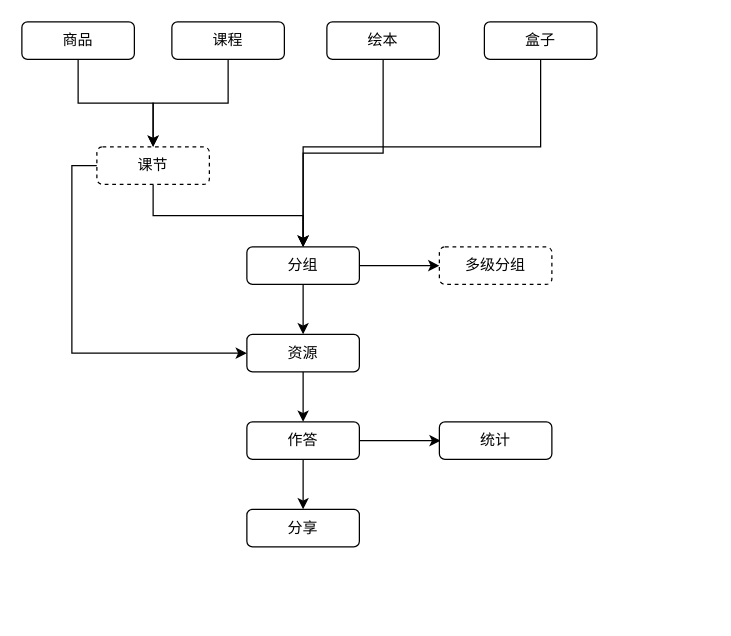
Earlier version of the draw.io diagram 未命名绘图.drawio (little-bee-zz/draw). Source tidied: cells renumbered, new cells numbered last; positions are measured from the earlier drawing's top-left corner, leaving out a move shared by most shapes. Both pictures are drawn from the tidied source at 125%, with x=0, y=0 at pixel (21, 21).
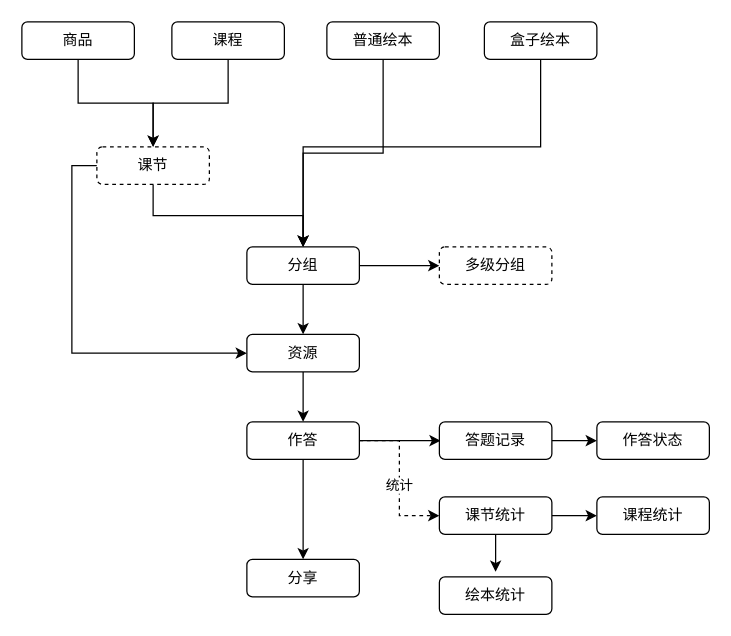
Above is the later version.

Commit message:
更新未命名绘图.drawio

The change refers to these unchanged cells:
```xml
<mxCell id="20" value="作答" style="rounded=1;whiteSpace=wrap;html=1;" parent="1" vertex="1">
  <mxGeometry x="180" y="320" width="90" height="30" as="geometry" />
</mxCell>
```

Change to the diagram source:
```diff
@@
-    <mxCell id="7" value="绘本" style="rounded=1;whiteSpace=wrap;html=1;" parent="1" vertex="1">
+    <mxCell id="7" value="普通绘本" style="rounded=1;whiteSpace=wrap;html=1;strokeColor=light-dark(#000000,#9999FF);" parent="1" vertex="1">
       <mxGeometry x="244" width="90" height="30" as="geometry" />
     </mxCell>
@@
-    <mxCell id="9" value="盒子" style="rounded=1;whiteSpace=wrap;html=1;" parent="1" vertex="1">
+    <mxCell id="9" value="盒子绘本" style="rounded=1;whiteSpace=wrap;html=1;strokeColor=light-dark(#000000,#9999FF);" parent="1" vertex="1">
       <mxGeometry x="370" width="90" height="30" as="geometry" />
     </mxCell>
@@
-    <mxCell id="12" value="课节" style="rounded=1;whiteSpace=wrap;html=1;dashed=1;" parent="1" vertex="1">
+    <mxCell id="12" value="课节" style="rounded=1;whiteSpace=wrap;html=1;dashed=1;strokeColor=light-dark(#000000,#66CC00);" parent="1" vertex="1">
       <mxGeometry x="60" y="100" width="90" height="30" as="geometry" />
     </mxCell>
@@
+    <mxCell id="24" style="edgeStyle=orthogonalEdgeStyle;rounded=0;jettySize=auto;html=1;entryX=0;entryY=0.5;entryDx=0;entryDy=0;dashed=1;" parent="1" edge="1" source="20" target="30">
+      <mxGeometry relative="1" as="geometry" />
+    </mxCell>
+    <mxCell id="25" value="统计" style="edgeLabel;html=1;align=center;verticalAlign=middle;" parent="24" vertex="1">
+      <mxGeometry x="0.08" y="-1" relative="1" as="geometry" />
+    </mxCell>
@@
     <mxCell id="21" value="分享" style="rounded=1;whiteSpace=wrap;html=1;" parent="1" vertex="1">
-      <mxGeometry x="180" y="390" width="90" height="30" as="geometry" />
+      <mxGeometry x="180" y="430" width="90" height="30" as="geometry" />
     </mxCell>
+    <mxCell id="26" style="edgeStyle=orthogonalEdgeStyle;rounded=0;jettySize=auto;html=1;" parent="1" edge="1" source="22" target="27">
+      <mxGeometry relative="1" as="geometry" />
+    </mxCell>
-    <mxCell id="22" value="统计" style="rounded=1;whiteSpace=wrap;html=1;" parent="1" vertex="1">
+    <mxCell id="22" value="答题记录" style="rounded=1;whiteSpace=wrap;html=1;" parent="1" vertex="1">
       <mxGeometry x="334" y="320" width="90" height="30" as="geometry" />
     </mxCell>
@@
+    <mxCell id="27" value="作答状态" style="rounded=1;whiteSpace=wrap;html=1;" parent="1" vertex="1">
+      <mxGeometry x="460" y="320" width="90" height="30" as="geometry" />
+    </mxCell>
+    <mxCell id="28" style="edgeStyle=orthogonalEdgeStyle;rounded=0;jettySize=auto;html=1;entryX=0;entryY=0.5;entryDx=0;entryDy=0;" parent="1" edge="1" source="30" target="31">
+      <mxGeometry relative="1" as="geometry" />
+    </mxCell>
+    <mxCell id="29" style="edgeStyle=orthogonalEdgeStyle;rounded=0;jettySize=auto;html=1;" parent="1" edge="1" source="30">
+      <mxGeometry relative="1" as="geometry">
+        <mxPoint x="379" y="440" as="targetPoint" />
+      </mxGeometry>
+    </mxCell>
+    <mxCell id="30" value="课节统计" style="rounded=1;whiteSpace=wrap;html=1;strokeColor=light-dark(#000000,#009900);" parent="1" vertex="1">
+      <mxGeometry x="334" y="380" width="90" height="30" as="geometry" />
+    </mxCell>
+    <mxCell id="31" value="课程统计" style="rounded=1;whiteSpace=wrap;html=1;" parent="1" vertex="1">
+      <mxGeometry x="460" y="380" width="90" height="30" as="geometry" />
+    </mxCell>
+    <mxCell id="32" value="绘本统计" style="rounded=1;whiteSpace=wrap;html=1;strokeColor=light-dark(#000000,#9999FF);" parent="1" vertex="1">
+      <mxGeometry x="334" y="444" width="90" height="30" as="geometry" />
+    </mxCell>
```
